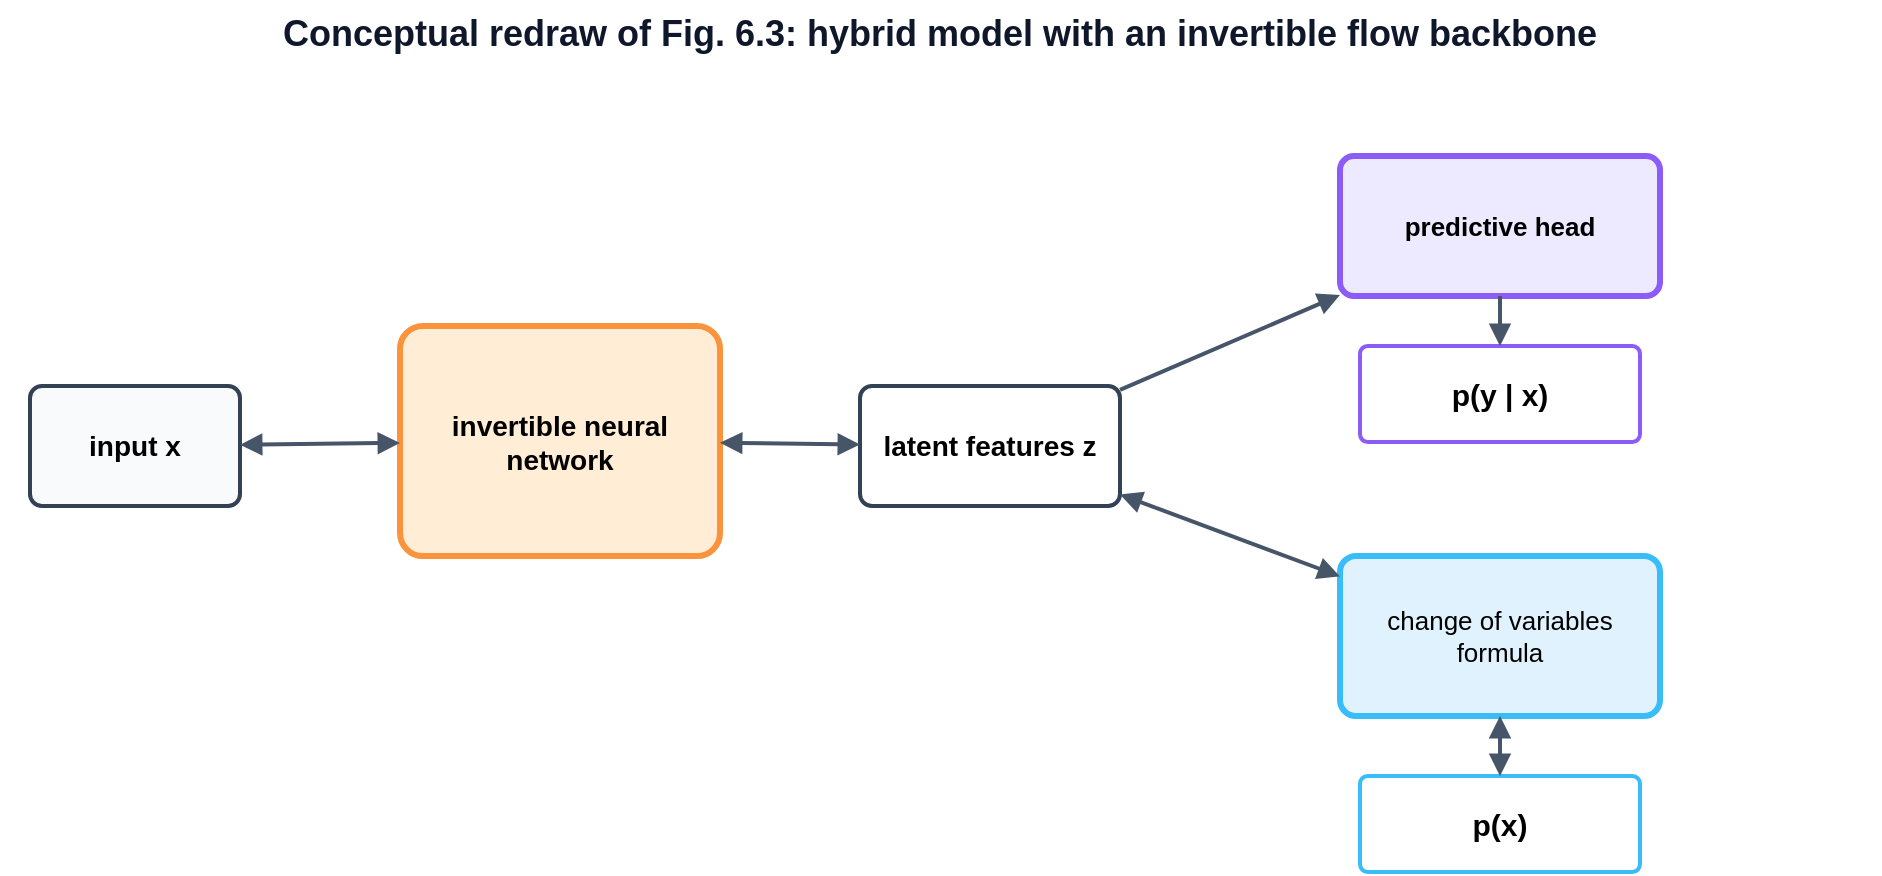
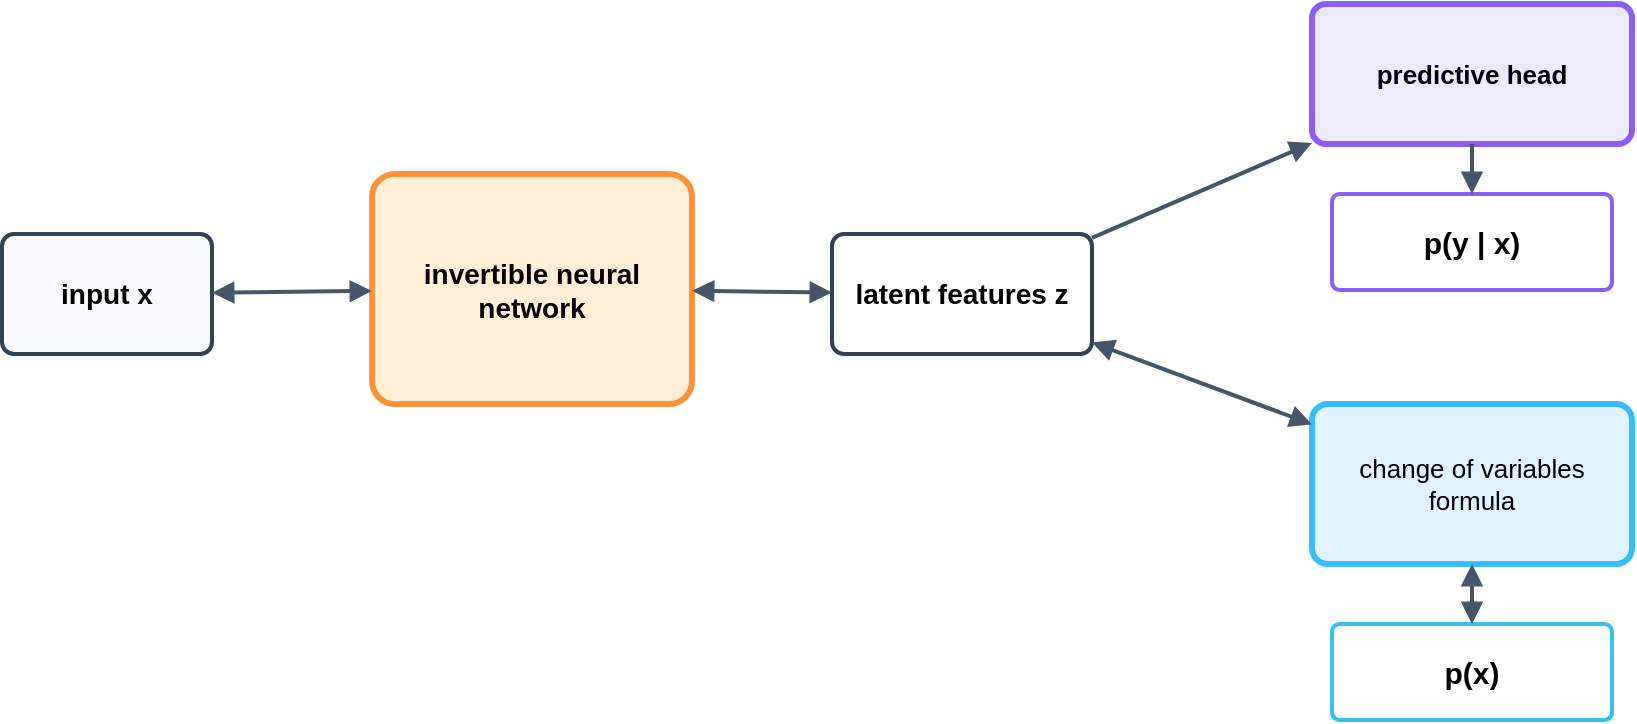
<mxfile host="app.diagrams.net" agent="Codex">
  <diagram id="fig_6_3_hybrid_flow_model" name="fig_6_3_hybrid_flow_model">
    <mxGraphModel dx="1006" dy="617" grid="1" gridSize="10" guides="1" tooltips="1" connect="1" arrows="1" fold="1" page="1" pageScale="1" pageWidth="1040" pageHeight="500" math="0" shadow="0">
      <root>
        <mxCell id="0" />
        <mxCell id="1" parent="0" />
-         <mxCell id="c3" parent="1" style="text;html=1;strokeColor=none;fillColor=none;align=center;verticalAlign=middle;whiteSpace=wrap;rounded=0;fontSize=18;fontStyle=1;fontColor=#0f172a;" value="Conceptual redraw of Fig. 6.3: hybrid model with an invertible flow backbone" vertex="1">
-           <mxGeometry height="34" width="940" x="50" y="22" as="geometry" />
-         </mxCell>
        <mxCell id="c4" parent="1" style="rounded=1;whiteSpace=wrap;html=1;arcSize=10;fillColor=#f8fafc;strokeColor=#334155;strokeWidth=2;fontSize=14;fontStyle=1;" value="input x" vertex="1">
          <mxGeometry height="60" width="105" x="65" y="215" as="geometry" />
        </mxCell>
        <mxCell id="c5" parent="1" style="rounded=1;whiteSpace=wrap;html=1;arcSize=10;fillColor=#FFEDD5;strokeColor=#FB923C;strokeWidth=3;fontSize=14;fontStyle=1;" value="invertible neural network" vertex="1">
          <mxGeometry height="115" width="160" x="250" y="185" as="geometry" />
        </mxCell>
        <mxCell id="c6" parent="1" style="rounded=1;whiteSpace=wrap;html=1;arcSize=10;fillColor=#ffffff;strokeColor=#334155;strokeWidth=2;fontSize=14;fontStyle=1;" value="latent features z" vertex="1">
          <mxGeometry height="60" width="130" x="480" y="215" as="geometry" />
        </mxCell>
        <mxCell id="c7" parent="1" style="rounded=1;whiteSpace=wrap;html=1;arcSize=10;fillColor=#EDE9FE;strokeColor=#8B5CF6;strokeWidth=3;fontSize=13;" value="&lt;b&gt;predictive head&lt;/b&gt;" vertex="1">
          <mxGeometry height="70" width="160" x="720" y="100" as="geometry" />
        </mxCell>
        <mxCell id="c8" parent="1" style="rounded=1;whiteSpace=wrap;html=1;arcSize=10;fillColor=#E0F2FE;strokeColor=#38BDF8;strokeWidth=3;fontSize=13;" value="change of variables formula" vertex="1">
          <mxGeometry height="80" width="160" x="720" y="300" as="geometry" />
        </mxCell>
        <mxCell id="c9" parent="1" style="rounded=1;whiteSpace=wrap;html=1;arcSize=8;fillColor=#ffffff;strokeColor=#8B5CF6;strokeWidth=2;fontSize=13;" value="&lt;b&gt;&lt;font style=&quot;font-size: 15px;&quot;&gt;p(y | x)&lt;/font&gt;&lt;/b&gt;" vertex="1">
          <mxGeometry height="48" width="140" x="730" y="195" as="geometry" />
        </mxCell>
        <mxCell id="c10" parent="1" style="rounded=1;whiteSpace=wrap;html=1;arcSize=8;fillColor=#ffffff;strokeColor=#38BDF8;strokeWidth=2;fontSize=13;" value="&lt;b&gt;&lt;font style=&quot;font-size: 15px;&quot;&gt;p(x)&lt;/font&gt;&lt;/b&gt;" vertex="1">
          <mxGeometry height="48" width="140" x="730" y="410" as="geometry" />
        </mxCell>
        <mxCell id="c12" edge="1" parent="1" source="c4" style="endArrow=block;html=1;rounded=1;strokeWidth=2;strokeColor=#475569;fontSize=12;fontColor=#334155;startArrow=block;startFill=1;" target="c5" value="">
          <mxGeometry relative="1" as="geometry">
            <mxPoint as="offset" />
          </mxGeometry>
        </mxCell>
        <mxCell id="c13" edge="1" parent="1" source="c5" style="endArrow=block;html=1;rounded=1;strokeWidth=2;strokeColor=#475569;fontSize=12;fontColor=#334155;startArrow=block;startFill=1;" target="c6" value="">
          <mxGeometry relative="1" as="geometry" />
        </mxCell>
        <mxCell id="c15" edge="1" parent="1" source="c6" style="endArrow=block;html=1;rounded=1;strokeWidth=2;strokeColor=#475569;fontSize=12;fontColor=#334155;" target="c7" value="">
          <mxGeometry relative="1" as="geometry" />
        </mxCell>
        <mxCell id="c16" edge="1" parent="1" source="c6" style="endArrow=block;html=1;rounded=1;strokeWidth=2;strokeColor=#475569;fontSize=12;fontColor=#334155;startArrow=block;startFill=1;" target="c8" value="">
          <mxGeometry relative="1" as="geometry" />
        </mxCell>
        <mxCell id="c17" edge="1" parent="1" source="c7" style="endArrow=block;html=1;rounded=1;strokeWidth=2;strokeColor=#475569;fontSize=12;fontColor=#334155;" target="c9" value="">
          <mxGeometry relative="1" as="geometry" />
        </mxCell>
        <mxCell id="c18" edge="1" parent="1" source="c8" style="endArrow=block;html=1;rounded=1;strokeWidth=2;strokeColor=#475569;fontSize=12;fontColor=#334155;startArrow=block;startFill=1;" target="c10" value="">
          <mxGeometry relative="1" as="geometry" />
        </mxCell>
      </root>
    </mxGraphModel>
  </diagram>
</mxfile>
